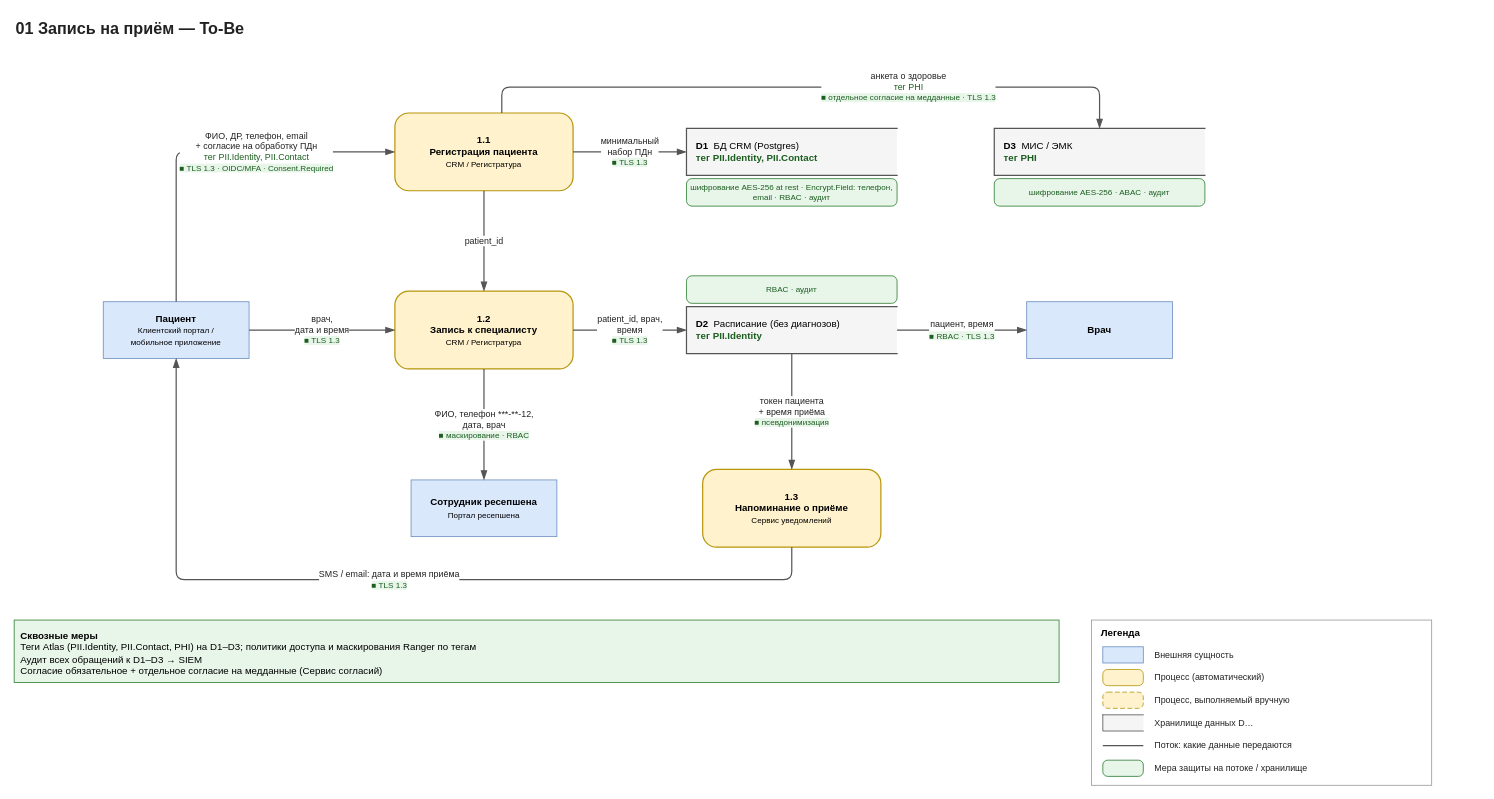
This is page "To-Be" (2 of 2) of Task1/dfd/01-zapis.drawio from iudanet/architecture-medikamente, a draw.io file, before an edit. Source tidied: cells renumbered, new cells numbered last; positions are measured from the earlier drawing's top-left corner, leaving out a move shared by most shapes. Both pictures are drawn from the tidied source at 81%, with x=0, y=0 at pixel (14, 14).
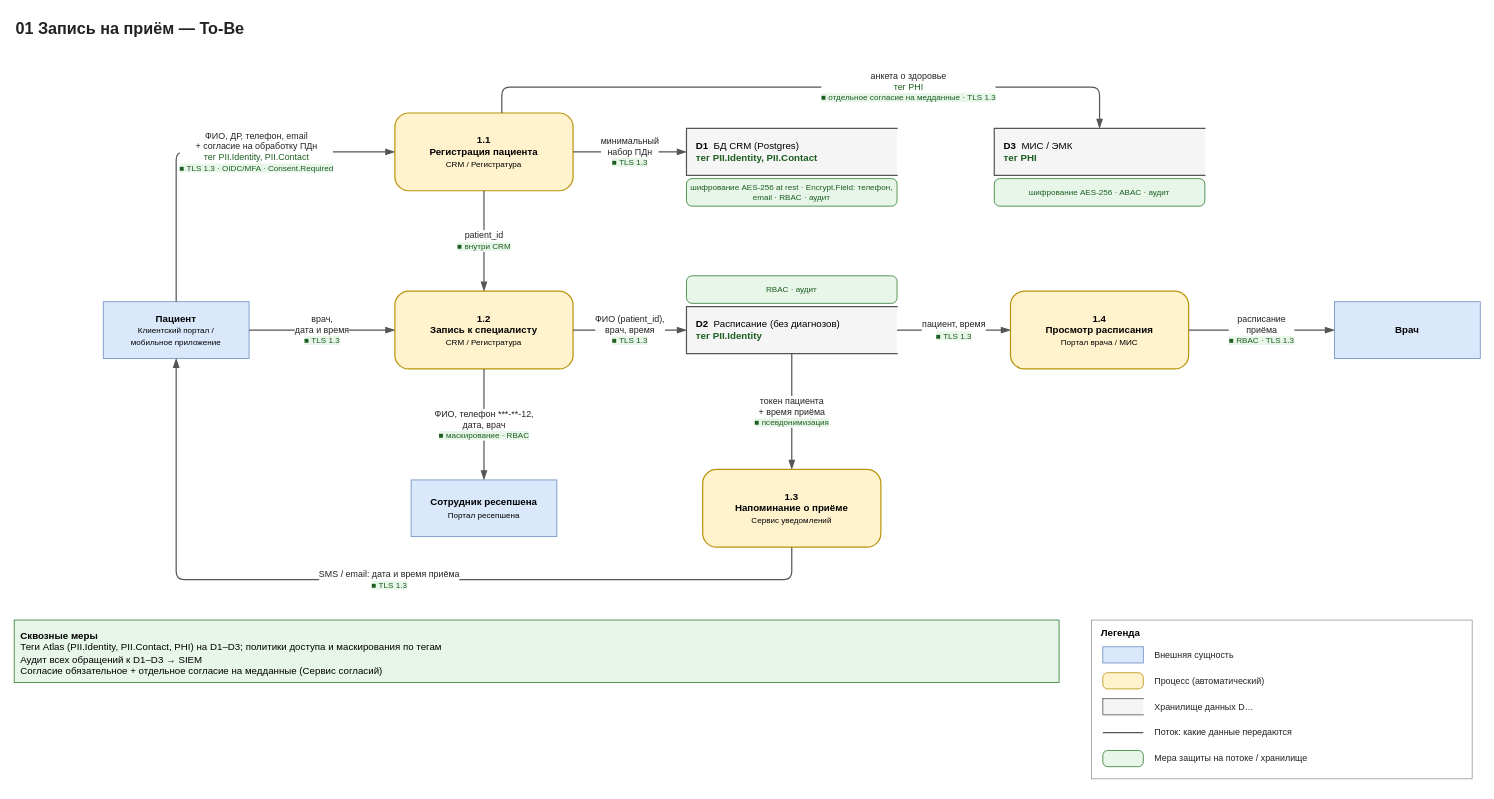
The same page after the edit.

Unchanged cells that the change refers to:
```xml
<mxCell id="3" value="&lt;b&gt;1.1&lt;/b&gt;&lt;br&gt;&lt;b&gt;Регистрация пациента&lt;/b&gt;&lt;br&gt;&lt;span style=&quot;font-size:10px&quot;&gt;CRM / Регистратура&lt;/span&gt;" style="rounded=1;arcSize=18;whiteSpace=wrap;html=1;fillColor=#FFF2CC;strokeColor=#B7950B;strokeWidth=1.5;fontSize=12;spacing=4;" parent="1" vertex="1">
  <mxGeometry x="470" y="122" width="220" height="96" as="geometry" />
</mxCell>
<mxCell id="8" value="&lt;b&gt;Пациент&lt;/b&gt;&lt;br&gt;&lt;span style=&quot;font-size:10px&quot;&gt;Клиентский портал /&lt;br&gt;мобильное приложение&lt;/span&gt;" style="rounded=0;whiteSpace=wrap;html=1;fillColor=#DAE8FC;strokeColor=#6C8EBF;fontSize=12;spacing=4;" parent="1" vertex="1">
  <mxGeometry x="110" y="355" width="180" height="70" as="geometry" />
</mxCell>
<mxCell id="9" value="&lt;b&gt;1.2&lt;/b&gt;&lt;br&gt;&lt;b&gt;Запись к специалисту&lt;/b&gt;&lt;br&gt;&lt;span style=&quot;font-size:10px&quot;&gt;CRM / Регистратура&lt;/span&gt;" style="rounded=1;arcSize=18;whiteSpace=wrap;html=1;fillColor=#FFF2CC;strokeColor=#B7950B;strokeWidth=1.5;fontSize=12;spacing=4;" parent="1" vertex="1">
  <mxGeometry x="470" y="342" width="220" height="96" as="geometry" />
</mxCell>
<mxCell id="10" value="&lt;b&gt;D2&lt;/b&gt;&amp;nbsp;&amp;nbsp;Расписание (без диагнозов)&lt;br&gt;&lt;font color=&quot;#1B5E20&quot;&gt;&lt;b&gt;тег PII.Identity&lt;/b&gt;&lt;/font&gt;" style="shape=partialRectangle;right=0;whiteSpace=wrap;html=1;fillColor=#F5F5F5;strokeColor=#555555;strokeWidth=1.5;fontSize=12;align=left;spacingLeft=10;" parent="1" vertex="1">
  <mxGeometry x="830" y="361" width="260" height="58" as="geometry" />
</mxCell>
<mxCell id="13" value="&lt;b&gt;Сотрудник ресепшена&lt;/b&gt;&lt;br&gt;&lt;span style=&quot;font-size:10px&quot;&gt;Портал ресепшена&lt;/span&gt;" style="rounded=0;whiteSpace=wrap;html=1;fillColor=#DAE8FC;strokeColor=#6C8EBF;fontSize=12;spacing=4;" parent="1" vertex="1">
  <mxGeometry x="490" y="575" width="180" height="70" as="geometry" />
</mxCell>
<mxCell id="14" value="&lt;b&gt;1.3&lt;/b&gt;&lt;br&gt;&lt;b&gt;Напоминание о приёме&lt;/b&gt;&lt;br&gt;&lt;span style=&quot;font-size:10px&quot;&gt;Сервис уведомлений&lt;/span&gt;" style="rounded=1;arcSize=18;whiteSpace=wrap;html=1;fillColor=#FFF2CC;strokeColor=#B7950B;strokeWidth=1.5;fontSize=12;spacing=4;" parent="1" vertex="1">
  <mxGeometry x="850" y="562" width="220" height="96" as="geometry" />
</mxCell>
```

Diff of the diagram source:
```diff
@@
+    <mxCell id="39" value="&lt;b&gt;1.4&lt;/b&gt;&lt;br&gt;&lt;b&gt;Просмотр расписания&lt;/b&gt;&lt;br&gt;&lt;span style=&quot;font-size:10px&quot;&gt;Портал врача / МИС&lt;/span&gt;" style="rounded=1;arcSize=18;whiteSpace=wrap;html=1;fillColor=#FFF2CC;strokeColor=#B7950B;strokeWidth=1.5;fontSize=12;spacing=4;" parent="1" vertex="1">
+      <mxGeometry x="1230" y="342" width="220" height="96" as="geometry" />
+    </mxCell>
     <mxCell id="12" value="&lt;b&gt;Врач&lt;/b&gt;" style="rounded=0;whiteSpace=wrap;html=1;fillColor=#DAE8FC;strokeColor=#6C8EBF;fontSize=12;spacing=4;" parent="1" vertex="1">
-      <mxGeometry x="1250" y="355" width="180" height="70" as="geometry" />
+      <mxGeometry x="1630" y="355" width="180" height="70" as="geometry" />
     </mxCell>
@@
-    <mxCell id="19" value="patient_id" style="edgeStyle=orthogonalEdgeStyle;rounded=1;html=1;endArrow=blockThin;endFill=1;endSize=8;strokeColor=#555555;strokeWidth=1.5;fontSize=11;fontColor=#222222;labelBackgroundColor=#FFFFFF;jumpStyle=arc;jumpSize=10;" parent="1" edge="1" source="3" target="9">
+    <mxCell id="19" value="patient_id&lt;br&gt;&lt;span style=&quot;color:#1B5E20;background-color:#E8F5E9;font-size:10px;&quot;&gt;&amp;#9632; внутри CRM&lt;/span&gt;" style="edgeStyle=orthogonalEdgeStyle;rounded=1;html=1;endArrow=blockThin;endFill=1;endSize=8;strokeColor=#555555;strokeWidth=1.5;fontSize=11;fontColor=#222222;labelBackgroundColor=#FFFFFF;jumpStyle=arc;jumpSize=10;" parent="1" edge="1" source="3" target="9">
       <mxGeometry relative="1" as="geometry" />
     </mxCell>
-    <mxCell id="20" value="patient_id, врач,&lt;br&gt;время&lt;br&gt;&lt;span style=&quot;color:#1B5E20;background-color:#E8F5E9;font-size:10px;&quot;&gt;&amp;#9632; TLS 1.3&lt;/span&gt;" style="edgeStyle=orthogonalEdgeStyle;rounded=1;html=1;endArrow=blockThin;endFill=1;endSize=8;strokeColor=#555555;strokeWidth=1.5;fontSize=11;fontColor=#222222;labelBackgroundColor=#FFFFFF;jumpStyle=arc;jumpSize=10;" parent="1" edge="1" source="9" target="10">
+    <mxCell id="20" value="ФИО (patient_id),&lt;br&gt;врач, время&lt;br&gt;&lt;span style=&quot;color:#1B5E20;background-color:#E8F5E9;font-size:10px;&quot;&gt;&amp;#9632; TLS 1.3&lt;/span&gt;" style="edgeStyle=orthogonalEdgeStyle;rounded=1;html=1;endArrow=blockThin;endFill=1;endSize=8;strokeColor=#555555;strokeWidth=1.5;fontSize=11;fontColor=#222222;labelBackgroundColor=#FFFFFF;jumpStyle=arc;jumpSize=10;" parent="1" edge="1" source="9" target="10">
       <mxGeometry relative="1" as="geometry" />
     </mxCell>
-    <mxCell id="21" value="пациент, время&lt;br&gt;&lt;span style=&quot;color:#1B5E20;background-color:#E8F5E9;font-size:10px;&quot;&gt;&amp;#9632; RBAC · TLS 1.3&lt;/span&gt;" style="edgeStyle=orthogonalEdgeStyle;rounded=1;html=1;endArrow=blockThin;endFill=1;endSize=8;strokeColor=#555555;strokeWidth=1.5;fontSize=11;fontColor=#222222;labelBackgroundColor=#FFFFFF;jumpStyle=arc;jumpSize=10;" parent="1" edge="1" source="10" target="12">
+    <mxCell id="21" value="пациент, время&lt;br&gt;&lt;span style=&quot;color:#1B5E20;background-color:#E8F5E9;font-size:10px;&quot;&gt;&amp;#9632; TLS 1.3&lt;/span&gt;" style="edgeStyle=orthogonalEdgeStyle;rounded=1;html=1;endArrow=blockThin;endFill=1;endSize=8;strokeColor=#555555;strokeWidth=1.5;fontSize=11;fontColor=#222222;labelBackgroundColor=#FFFFFF;jumpStyle=arc;jumpSize=10;" parent="1" edge="1" source="10" target="39">
       <mxGeometry relative="1" as="geometry" />
     </mxCell>
-    <mxCell id="22" value="ФИО, телефон ***-**-12,&lt;br&gt;дата, врач&lt;br&gt;&lt;span style=&quot;color:#1B5E20;background-color:#E8F5E9;font-size:10px;&quot;&gt;&amp;#9632; маскирование · RBAC&lt;/span&gt;" style="edgeStyle=orthogonalEdgeStyle;rounded=1;html=1;endArrow=blockThin;endFill=1;endSize=8;strokeColor=#555555;strokeWidth=1.5;fontSize=11;fontColor=#222222;labelBackgroundColor=#FFFFFF;jumpStyle=arc;jumpSize=10;" parent="1" edge="1" source="9" target="13">
+    <mxCell id="22" value="расписание&lt;br&gt;приёма&lt;br&gt;&lt;span style=&quot;color:#1B5E20;background-color:#E8F5E9;font-size:10px;&quot;&gt;&amp;#9632; RBAC · TLS 1.3&lt;/span&gt;" style="edgeStyle=orthogonalEdgeStyle;rounded=1;html=1;endArrow=blockThin;endFill=1;endSize=8;strokeColor=#555555;strokeWidth=1.5;fontSize=11;fontColor=#222222;labelBackgroundColor=#FFFFFF;jumpStyle=arc;jumpSize=10;" parent="1" edge="1" source="39" target="12">
       <mxGeometry relative="1" as="geometry" />
     </mxCell>
-    <mxCell id="23" value="токен пациента&lt;br&gt;+ время приёма&lt;br&gt;&lt;span style=&quot;color:#1B5E20;background-color:#E8F5E9;font-size:10px;&quot;&gt;&amp;#9632; псевдонимизация&lt;/span&gt;" style="edgeStyle=orthogonalEdgeStyle;rounded=1;html=1;endArrow=blockThin;endFill=1;endSize=8;strokeColor=#555555;strokeWidth=1.5;fontSize=11;fontColor=#222222;labelBackgroundColor=#FFFFFF;jumpStyle=arc;jumpSize=10;" parent="1" edge="1" source="10" target="14">
+    <mxCell id="23" value="ФИО, телефон ***-**-12,&lt;br&gt;дата, врач&lt;br&gt;&lt;span style=&quot;color:#1B5E20;background-color:#E8F5E9;font-size:10px;&quot;&gt;&amp;#9632; маскирование · RBAC&lt;/span&gt;" style="edgeStyle=orthogonalEdgeStyle;rounded=1;html=1;endArrow=blockThin;endFill=1;endSize=8;strokeColor=#555555;strokeWidth=1.5;fontSize=11;fontColor=#222222;labelBackgroundColor=#FFFFFF;jumpStyle=arc;jumpSize=10;" parent="1" edge="1" source="9" target="13">
       <mxGeometry relative="1" as="geometry" />
     </mxCell>
-    <mxCell id="24" value="SMS / email: дата и время приёма&lt;br&gt;&lt;span style=&quot;color:#1B5E20;background-color:#E8F5E9;font-size:10px;&quot;&gt;&amp;#9632; TLS 1.3&lt;/span&gt;" style="edgeStyle=orthogonalEdgeStyle;rounded=1;html=1;endArrow=blockThin;endFill=1;endSize=8;strokeColor=#555555;strokeWidth=1.5;fontSize=11;fontColor=#222222;labelBackgroundColor=#FFFFFF;jumpStyle=arc;jumpSize=10;exitX=0.5;exitY=1;exitDx=0;exitDy=0;entryX=0.5;entryY=1;entryDx=0;entryDy=0;" parent="1" edge="1" source="14" target="8">
-      <mxGeometry relative="1" as="geometry">
-        <Array as="points">
-          <mxPoint x="960" y="698" />
-          <mxPoint x="200" y="698" />
-        </Array>
-      </mxGeometry>
+    <mxCell id="24" value="токен пациента&lt;br&gt;+ время приёма&lt;br&gt;&lt;span style=&quot;color:#1B5E20;background-color:#E8F5E9;font-size:10px;&quot;&gt;&amp;#9632; псевдонимизация&lt;/span&gt;" style="edgeStyle=orthogonalEdgeStyle;rounded=1;html=1;endArrow=blockThin;endFill=1;endSize=8;strokeColor=#555555;strokeWidth=1.5;fontSize=11;fontColor=#222222;labelBackgroundColor=#FFFFFF;jumpStyle=arc;jumpSize=10;" parent="1" edge="1" source="10" target="14">
+      <mxGeometry relative="1" as="geometry" />
     </mxCell>
-    <mxCell id="25" value="&lt;b&gt;Сквозные меры&lt;/b&gt;&lt;br&gt;Теги Atlas (PII.Identity, PII.Contact, PHI) на D1–D3; политики доступа и маскирования Ranger по тегам&lt;br&gt;Аудит всех обращений к D1–D3 → SIEM&lt;br&gt;Согласие обязательное + отдельное согласие на медданные (Сервис согласий)" style="rounded=0;whiteSpace=wrap;html=1;fillColor=#E8F5E9;strokeColor=#2E7D32;fontSize=12;align=left;verticalAlign=top;spacing=8;" parent="1" vertex="1">
-      <mxGeometry y="748" width="1290" height="77" as="geometry" />
-    </mxCell>
+    <mxCell id="40" value="SMS / email: дата и время приёма&lt;br&gt;&lt;span style=&quot;color:#1B5E20;background-color:#E8F5E9;font-size:10px;&quot;&gt;&amp;#9632; TLS 1.3&lt;/span&gt;" style="edgeStyle=orthogonalEdgeStyle;rounded=1;html=1;endArrow=blockThin;endFill=1;endSize=8;strokeColor=#555555;strokeWidth=1.5;fontSize=11;fontColor=#222222;labelBackgroundColor=#FFFFFF;jumpStyle=arc;jumpSize=10;exitX=0.5;exitY=1;exitDx=0;exitDy=0;entryX=0.5;entryY=1;entryDx=0;entryDy=0;" parent="1" edge="1" source="14" target="8">
+      <mxGeometry relative="1" as="geometry">
+        <Array as="points">
+          <mxPoint x="960" y="698" />
+          <mxPoint x="200" y="698" />
+        </Array>
+      </mxGeometry>
+    </mxCell>
+    <mxCell id="41" value="&lt;b&gt;Сквозные меры&lt;/b&gt;&lt;br&gt;Теги Atlas (PII.Identity, PII.Contact, PHI) на D1–D3; политики доступа и маскирования по тегам&lt;br&gt;Аудит всех обращений к D1–D3 → SIEM&lt;br&gt;Согласие обязательное + отдельное согласие на медданные (Сервис согласий)" style="rounded=0;whiteSpace=wrap;html=1;fillColor=#E8F5E9;strokeColor=#2E7D32;fontSize=12;align=left;verticalAlign=top;spacing=8;" parent="1" vertex="1">
+      <mxGeometry y="748" width="1290" height="77" as="geometry" />
+    </mxCell>
     <mxCell id="26" value="&lt;b&gt;Легенда&lt;/b&gt;" style="rounded=0;whiteSpace=wrap;html=1;fillColor=#FFFFFF;strokeColor=#999999;align=left;verticalAlign=top;spacingLeft=10;spacingTop=2;fontSize=12;" parent="1" vertex="1">
-      <mxGeometry x="1330" y="748" width="420" height="204" as="geometry" />
+      <mxGeometry x="1330" y="748" width="470" height="196" as="geometry" />
     </mxCell>
@@
     <mxCell id="28" value="Внешняя сущность" style="text;html=1;whiteSpace=wrap;align=left;verticalAlign=middle;fontSize=11;fontColor=#222222;" parent="1" vertex="1">
-      <mxGeometry x="1406" y="778" width="336" height="26" as="geometry" />
+      <mxGeometry x="1406" y="776" width="386" height="30" as="geometry" />
     </mxCell>
-    <mxCell id="29" style="rounded=1;arcSize=30;html=1;fillColor=#FFF2CC;strokeColor=#B7950B;" parent="1" vertex="1">
-      <mxGeometry x="1344" y="809" width="50" height="20" as="geometry" />
-    </mxCell>
+    <mxCell id="42" style="rounded=1;arcSize=30;html=1;fillColor=#FFF2CC;strokeColor=#B7950B;" parent="1" vertex="1">
+      <mxGeometry x="1344" y="813" width="50" height="20" as="geometry" />
+    </mxCell>
     <mxCell id="30" value="Процесс (автоматический)" style="text;html=1;whiteSpace=wrap;align=left;verticalAlign=middle;fontSize=11;fontColor=#222222;" parent="1" vertex="1">
-      <mxGeometry x="1406" y="806" width="336" height="26" as="geometry" />
+      <mxGeometry x="1406" y="808" width="386" height="30" as="geometry" />
     </mxCell>
-    <mxCell id="31" style="rounded=1;arcSize=30;html=1;fillColor=#FFF2CC;strokeColor=#B7950B;dashed=1;dashPattern=6 3;" parent="1" vertex="1">
-      <mxGeometry x="1344" y="837" width="50" height="20" as="geometry" />
-    </mxCell>
-    <mxCell id="32" value="Процесс, выполняемый вручную" style="text;html=1;whiteSpace=wrap;align=left;verticalAlign=middle;fontSize=11;fontColor=#222222;" parent="1" vertex="1">
-      <mxGeometry x="1406" y="834" width="336" height="26" as="geometry" />
-    </mxCell>
-    <mxCell id="33" style="shape=partialRectangle;right=0;html=1;fillColor=#F5F5F5;strokeColor=#555555;" parent="1" vertex="1">
-      <mxGeometry x="1344" y="865" width="50" height="20" as="geometry" />
-    </mxCell>
+    <mxCell id="43" style="shape=partialRectangle;right=0;html=1;fillColor=#F5F5F5;strokeColor=#555555;" parent="1" vertex="1">
+      <mxGeometry x="1344" y="845" width="50" height="20" as="geometry" />
+    </mxCell>
     <mxCell id="34" value="Хранилище данных D…" style="text;html=1;whiteSpace=wrap;align=left;verticalAlign=middle;fontSize=11;fontColor=#222222;" parent="1" vertex="1">
-      <mxGeometry x="1406" y="862" width="336" height="26" as="geometry" />
+      <mxGeometry x="1406" y="840" width="386" height="30" as="geometry" />
     </mxCell>
-    <mxCell id="35" style="shape=line;html=1;strokeColor=#555555;strokeWidth=1.5;" parent="1" vertex="1">
-      <mxGeometry x="1344" y="897" width="50" height="12" as="geometry" />
-    </mxCell>
+    <mxCell id="44" style="shape=line;html=1;strokeColor=#555555;strokeWidth=1.5;" parent="1" vertex="1">
+      <mxGeometry x="1344" y="881" width="50" height="12" as="geometry" />
+    </mxCell>
     <mxCell id="36" value="Поток: какие данные передаются" style="text;html=1;whiteSpace=wrap;align=left;verticalAlign=middle;fontSize=11;fontColor=#222222;" parent="1" vertex="1">
-      <mxGeometry x="1406" y="890" width="336" height="26" as="geometry" />
+      <mxGeometry x="1406" y="872" width="386" height="30" as="geometry" />
     </mxCell>
-    <mxCell id="37" style="rounded=1;arcSize=30;html=1;fillColor=#E8F5E9;strokeColor=#2E7D32;" parent="1" vertex="1">
-      <mxGeometry x="1344" y="921" width="50" height="20" as="geometry" />
-    </mxCell>
+    <mxCell id="45" style="rounded=1;arcSize=30;html=1;fillColor=#E8F5E9;strokeColor=#2E7D32;" parent="1" vertex="1">
+      <mxGeometry x="1344" y="909" width="50" height="20" as="geometry" />
+    </mxCell>
     <mxCell id="38" value="Мера защиты на потоке / хранилище" style="text;html=1;whiteSpace=wrap;align=left;verticalAlign=middle;fontSize=11;fontColor=#222222;" parent="1" vertex="1">
-      <mxGeometry x="1406" y="918" width="336" height="26" as="geometry" />
+      <mxGeometry x="1406" y="904" width="386" height="30" as="geometry" />
     </mxCell>
```
